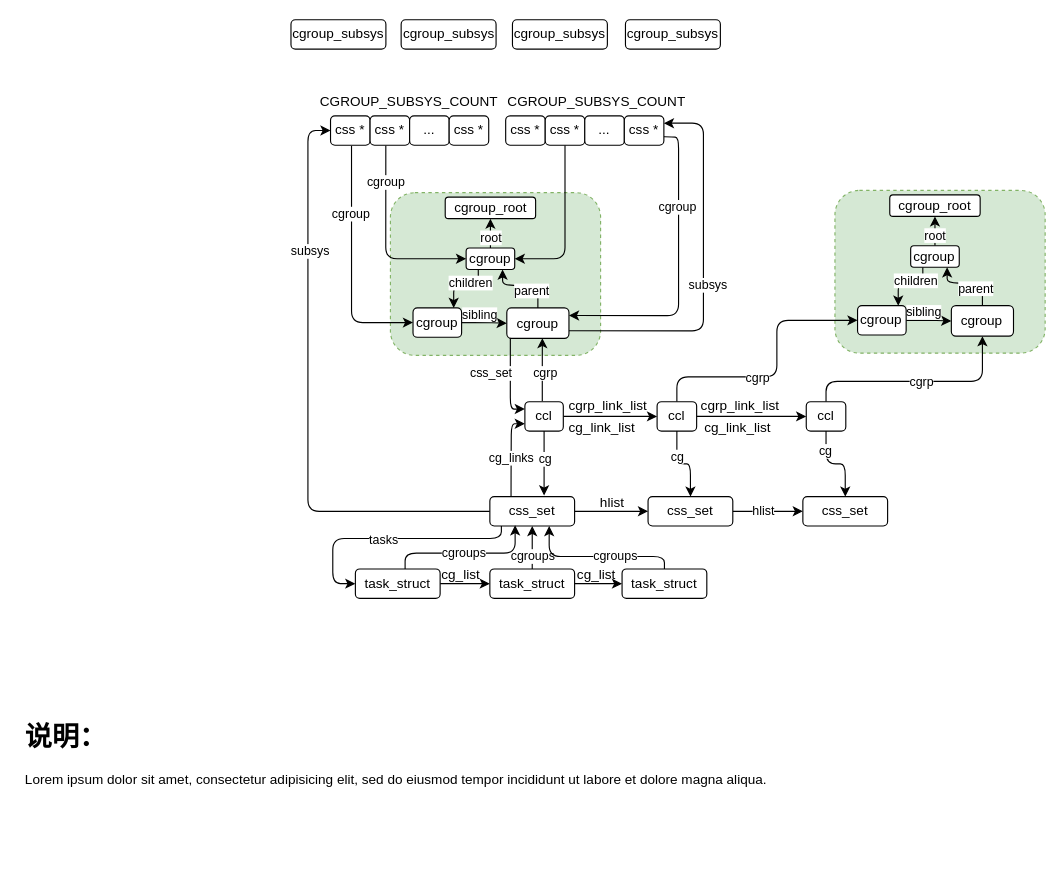
The draw.io diagram cgroup.drawio in jasonactions/graph, before the edit. Source tidied: cells renumbered, new cells numbered last; positions are measured from the earlier drawing's top-left corner, leaving out a move shared by most shapes. Both pictures are drawn from the tidied source at 113%, with x=0, y=0 at pixel (19, 19).
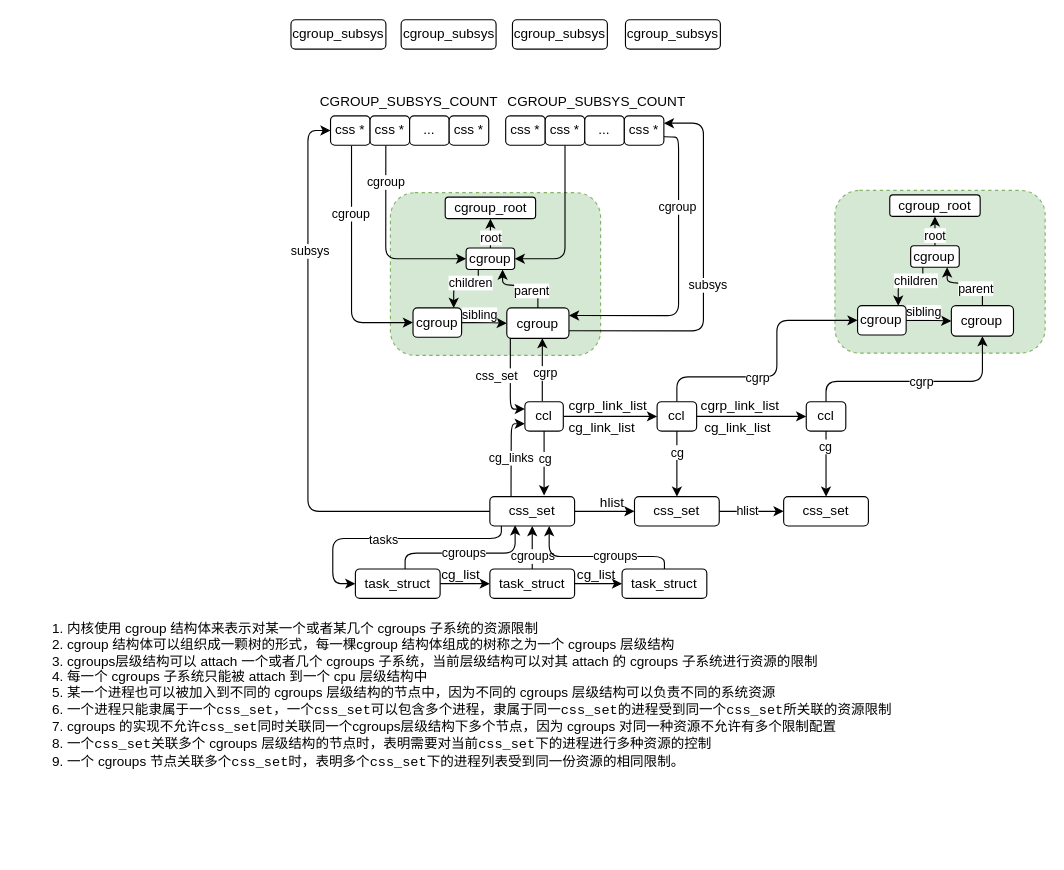
After the change.

Unchanged cells that the change refers to:
```xml
<mxCell id="36" style="edgeStyle=orthogonalEdgeStyle;rounded=1;jettySize=auto;html=1;entryX=0;entryY=0.25;entryDx=0;entryDy=0;exitX=0.057;exitY=0.986;exitDx=0;exitDy=0;exitPerimeter=0;" parent="1" edge="1" source="38" target="59">
  <mxGeometry relative="1" as="geometry">
    <Array as="points">
      <mxPoint x="434" y="345" />
    </Array>
  </mxGeometry>
</mxCell>
```

Change to the diagram source:
```diff
@@
     <mxCell id="37" value="css_set" style="edgeLabel;html=1;align=center;verticalAlign=middle;rounded=1;" parent="36" vertex="1">
       <mxGeometry x="0.37" y="1" relative="1" as="geometry">
-        <mxPoint x="-19" y="-21" as="offset" />
+        <mxPoint x="-14" y="-19" as="offset" />
       </mxGeometry>
     </mxCell>
@@
     <mxCell id="82" value="css_set" style="rounded=1;whiteSpace=wrap;html=1;" parent="1" vertex="1">
-      <mxGeometry x="556" y="422" width="75" height="26" as="geometry" />
+      <mxGeometry x="544" y="422" width="75" height="26" as="geometry" />
     </mxCell>
     <mxCell id="83" value="css_set" style="rounded=1;whiteSpace=wrap;html=1;" parent="1" vertex="1">
-      <mxGeometry x="693" y="422" width="75" height="26" as="geometry" />
+      <mxGeometry x="676" y="422" width="75" height="26" as="geometry" />
     </mxCell>
@@
-    <mxCell id="87" value="&lt;h1&gt;说明：&lt;/h1&gt;&lt;p&gt;Lorem ipsum dolor sit amet, consectetur adipisicing elit, sed do eiusmod tempor incididunt ut labore et dolore magna aliqua.&lt;/p&gt;" style="text;html=1;strokeColor=none;fillColor=none;spacing=5;spacingTop=-20;whiteSpace=wrap;overflow=hidden;rounded=0;" parent="1" vertex="1">
-      <mxGeometry y="615" width="870" height="120" as="geometry" />
-    </mxCell>
@@
+    <mxCell id="101" value="1. 内核使用 cgroup 结构体来表示对某一个或者某几个 cgroups 子系统的资源限制&lt;br&gt;2. cgroup 结构体可以组织成一颗树的形式，每一棵cgroup 结构体组成的树称之为一个 cgroups 层级结构&lt;br&gt;3. cgroups层级结构可以 attach 一个或者几个 cgroups 子系统，当前层级结构可以对其 attach 的 cgroups 子系统进行资源的限制&lt;br&gt;4. 每一个 cgroups 子系统只能被 attach 到一个 cpu 层级结构中&lt;br&gt;5. 某一个进程也可以被加入到不同的 cgroups 层级结构的节点中，因为不同的 cgroups 层级结构可以负责不同的系统资源&lt;br&gt;6. 一个进程只能隶属于一个&lt;code&gt;css_set&lt;/code&gt;，一个&lt;code&gt;css_set&lt;/code&gt;可以包含多个进程，隶属于同一&lt;code&gt;css_set&lt;/code&gt;的进程受到同一个&lt;code&gt;css_set&lt;/code&gt;所关联的资源限制&lt;br&gt;7. cgroups 的实现不允许&lt;code&gt;css_set&lt;/code&gt;同时关联同一个cgroups层级结构下多个节点，因为 cgroups 对同一种资源不允许有多个限制配置&lt;br&gt;8. 一个&lt;code&gt;css_set&lt;/code&gt;关联多个 cgroups 层级结构的节点时，表明需要对当前&lt;code&gt;css_set&lt;/code&gt;下的进程进行多种资源的控制&lt;br&gt;9. 一个 cgroups 节点关联多个&lt;code&gt;css_set&lt;/code&gt;时，表明多个&lt;code&gt;css_set&lt;/code&gt;下的进程列表受到同一份资源的相同限制。" style="text;html=1;strokeColor=none;fillColor=none;align=left;verticalAlign=middle;whiteSpace=wrap;rounded=0;" parent="1" vertex="1">
+      <mxGeometry x="27" y="531" width="773" height="134" as="geometry" />
+    </mxCell>
```
